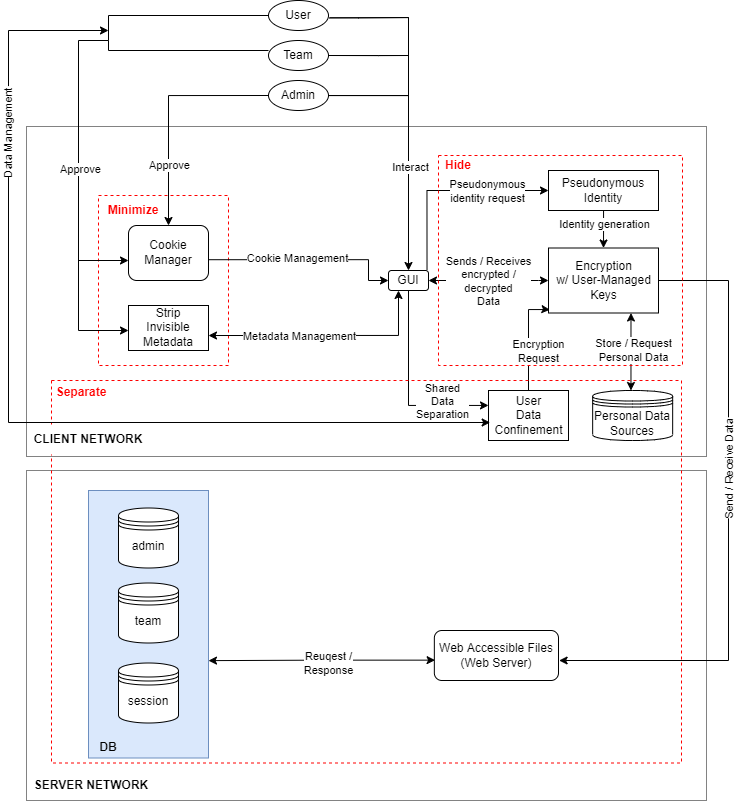
Earlier version of the draw.io export Architectural_Requirements_Data_oriented.drawio.png (claudialorusso/CivicSense). Source tidied: cells renumbered, new cells last; positions are measured from the earlier drawing's top-left corner, leaving out a move shared by most shapes.
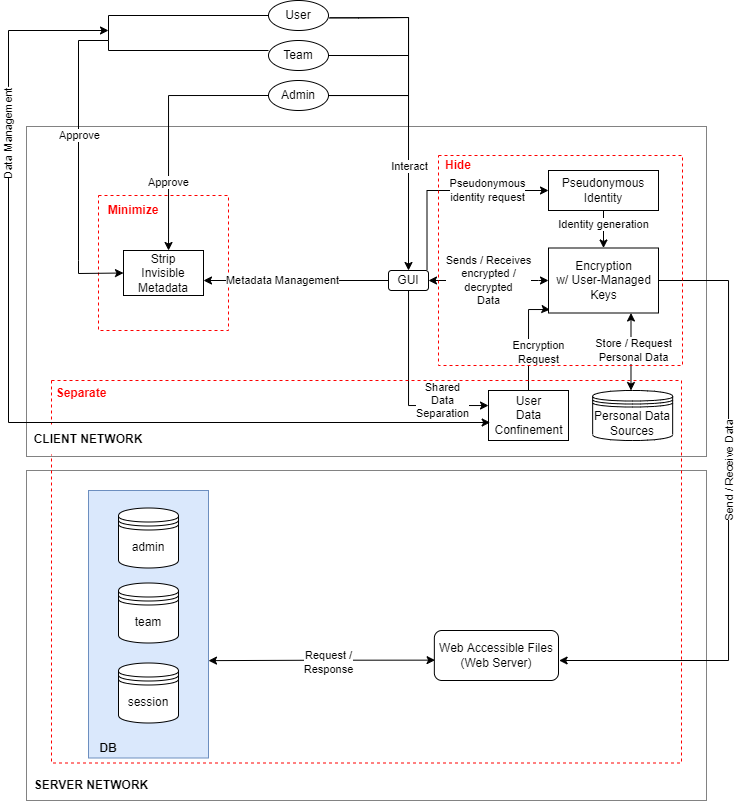
Above is the later version.

Diff of the diagram source:
```diff
@@ -168,22 +168,8 @@
       <mxGeometry x="18" y="126" width="680" height="330" as="geometry" />
     </mxCell>
     <mxCell id="39" style="rounded=0;whiteSpace=wrap;html=1;fillColor=none;dashed=1;strokeColor=#FF0000;" parent="1" vertex="1">
-      <mxGeometry x="90" y="195" width="130" height="170" as="geometry" />
+      <mxGeometry x="90" y="195" width="130" height="135" as="geometry" />
     </mxCell>
-    <mxCell id="40" style="edgeStyle=orthogonalEdgeStyle;rounded=0;jettySize=auto;html=1;endArrow=classic;endFill=1;startArrow=classic;startFill=1;entryX=1.008;entryY=0.622;entryDx=0;entryDy=0;entryPerimeter=0;exitX=0;exitY=0.5;exitDx=0;exitDy=0;" parent="1" edge="1" source="48">
-      <mxGeometry relative="1" as="geometry">
-        <mxPoint x="180.6" y="259.2" as="targetPoint" />
-        <Array as="points">
-          <mxPoint x="360" y="280" />
-          <mxPoint x="360" y="259" />
-        </Array>
-      </mxGeometry>
-    </mxCell>
-    <mxCell id="41" value="Cookie Management" style="edgeLabel;html=1;align=center;verticalAlign=middle;" parent="40" vertex="1">
-      <mxGeometry x="-0.35" relative="1" as="geometry">
-        <mxPoint x="-41" y="-2" as="offset" />
-      </mxGeometry>
-    </mxCell>
     <mxCell id="42" style="edgeStyle=orthogonalEdgeStyle;rounded=0;jettySize=auto;html=1;fontColor=#000000;endArrow=classic;endFill=1;startSize=6;endSize=6;startArrow=classic;startFill=1;exitX=1;exitY=0.5;exitDx=0;exitDy=0;entryX=0;entryY=0.5;entryDx=0;entryDy=0;" parent="1" edge="1" source="48" target="54">
       <mxGeometry relative="1" as="geometry">
         <Array as="points">
@@ -200,7 +186,8 @@
     <mxCell id="44" style="edgeStyle=orthogonalEdgeStyle;rounded=0;jettySize=auto;html=1;fontColor=#000000;startArrow=classic;startFill=1;endArrow=classic;endFill=1;startSize=6;endSize=6;entryX=1;entryY=0.667;entryDx=0;entryDy=0;entryPerimeter=0;exitX=0.25;exitY=1;exitDx=0;exitDy=0;" parent="1" edge="1" source="48" target="49">
       <mxGeometry relative="1" as="geometry">
         <Array as="points">
-          <mxPoint x="390" y="335" />
+          <mxPoint x="390" y="280" />
+          <mxPoint x="195" y="280" />
         </Array>
       </mxGeometry>
     </mxCell>
@@ -225,7 +212,7 @@
       <mxGeometry x="380" y="270" width="40" height="20" as="geometry" />
     </mxCell>
     <mxCell id="49" value="&lt;span style=&quot;&quot;&gt;Strip&lt;br&gt;Invisible&lt;br&gt;Metadata&lt;/span&gt;" style="rounded=0;whiteSpace=wrap;html=1;" parent="1" vertex="1">
-      <mxGeometry x="120" y="305" width="80" height="45" as="geometry" />
+      <mxGeometry x="115" y="250" width="80" height="45" as="geometry" />
     </mxCell>
     <mxCell id="50" style="edgeStyle=orthogonalEdgeStyle;rounded=0;jettySize=auto;html=1;endArrow=classic;endFill=1;exitX=0.75;exitY=1;exitDx=0;exitDy=0;startArrow=classic;startFill=1;" parent="1" edge="1" source="54" target="79">
       <mxGeometry relative="1" as="geometry">
@@ -267,9 +254,6 @@
     <mxCell id="56" value="User&lt;br&gt;Data&lt;br&gt;Confinement" style="html=1;" parent="1" vertex="1">
       <mxGeometry x="480" y="390" width="80" height="50" as="geometry" />
     </mxCell>
-    <mxCell id="57" value="Cookie Manager" style="rounded=1;whiteSpace=wrap;html=1;" parent="1" vertex="1">
-      <mxGeometry x="120" y="225" width="80" height="55" as="geometry" />
-    </mxCell>
     <mxCell id="58" style="edgeStyle=orthogonalEdgeStyle;rounded=0;jettySize=auto;html=1;fontColor=#FF0000;endArrow=none;endFill=0;" parent="1" edge="1" source="59">
       <mxGeometry relative="1" as="geometry">
         <mxPoint x="400" y="95" as="targetPoint" />
@@ -307,12 +291,6 @@
     <mxCell id="64" value="Team" style="ellipse;whiteSpace=wrap;html=1;" parent="1" vertex="1">
       <mxGeometry x="260" y="40" width="60" height="30" as="geometry" />
     </mxCell>
-    <mxCell id="65" style="endArrow=classic;html=1;rounded=0;" parent="1" edge="1">
-      <mxGeometry relative="1" as="geometry">
-        <mxPoint x="70" y="330" as="sourcePoint" />
-        <mxPoint x="120" y="330" as="targetPoint" />
-      </mxGeometry>
-    </mxCell>
     <mxCell id="66" style="edgeStyle=orthogonalEdgeStyle;rounded=0;jettySize=auto;html=1;fontColor=#000000;startArrow=classic;startFill=1;endArrow=none;endFill=0;startSize=6;endSize=6;entryX=0.963;entryY=-0.036;entryDx=0;entryDy=0;entryPerimeter=0;" parent="1" edge="1" source="70" target="48">
       <mxGeometry relative="1" as="geometry" />
     </mxCell>
@@ -347,7 +325,7 @@
     <mxCell id="75" style="edgeStyle=orthogonalEdgeStyle;rounded=0;jettySize=auto;html=1;fontColor=#000000;startArrow=classic;startFill=1;endArrow=classic;endFill=1;startSize=6;endSize=6;exitX=0.006;exitY=0.593;exitDx=0;exitDy=0;entryX=1;entryY=0.636;entryDx=0;entryDy=0;entryPerimeter=0;exitPerimeter=0;" parent="1" edge="1" source="77" target="37">
       <mxGeometry relative="1" as="geometry" />
     </mxCell>
-    <mxCell id="76" value="Reuqest /&lt;br&gt;Response" style="edgeLabel;html=1;align=center;verticalAlign=middle;fontColor=#000000;" parent="75" vertex="1">
+    <mxCell id="76" value="Request /&lt;br&gt;Response" style="edgeLabel;html=1;align=center;verticalAlign=middle;fontColor=#000000;" parent="75" vertex="1">
       <mxGeometry x="0.22" relative="1" as="geometry">
         <mxPoint x="31" y="2" as="offset" />
       </mxGeometry>
@@ -361,7 +339,7 @@
     <mxCell id="79" value="Personal Data Sources" style="shape=datastore;whiteSpace=wrap;html=1;" parent="1" vertex="1">
       <mxGeometry x="584.2" y="390" width="80" height="50" as="geometry" />
     </mxCell>
-    <mxCell id="80" style="edgeStyle=orthogonalEdgeStyle;rounded=0;jettySize=auto;html=1;exitX=0;exitY=0.5;exitDx=0;exitDy=0;entryX=0.5;entryY=0;entryDx=0;entryDy=0;" parent="1" edge="1" source="59" target="57">
+    <mxCell id="80" style="edgeStyle=orthogonalEdgeStyle;rounded=0;jettySize=auto;html=1;exitX=0;exitY=0.5;exitDx=0;exitDy=0;" parent="1" edge="1" source="59" target="49">
       <mxGeometry relative="1" as="geometry">
         <Array as="points">
           <mxPoint x="160" y="95" />
@@ -379,10 +357,12 @@
     <mxCell id="83" value="&lt;b&gt;&lt;font color=&quot;#ff0000&quot;&gt;Separate&lt;/font&gt;&lt;/b&gt;" style="text;html=1;strokeColor=none;fillColor=none;align=center;verticalAlign=middle;whiteSpace=wrap;rounded=0;dashed=1;" parent="1" vertex="1">
       <mxGeometry x="43" y="380" width="60" height="25" as="geometry" />
     </mxCell>
-    <mxCell id="84" style="endArrow=classic;html=1;rounded=0;" parent="1" edge="1">
+    <mxCell id="84" style="endArrow=classic;html=1;rounded=0;entryX=0;entryY=0.5;entryDx=0;entryDy=0;" parent="1" edge="1" target="49">
       <mxGeometry relative="1" as="geometry">
         <mxPoint x="70" y="260" as="sourcePoint" />
-        <mxPoint x="120" y="260" as="targetPoint" />
+        <Array as="points">
+          <mxPoint x="70" y="273" />
+        </Array>
       </mxGeometry>
     </mxCell>
     <mxCell id="85" style="endArrow=none;html=1;rounded=0;" parent="1" edge="1">
@@ -420,7 +400,7 @@
     </mxCell>
     <mxCell id="91" style="endArrow=none;html=1;rounded=0;" parent="1" edge="1">
       <mxGeometry relative="1" as="geometry">
-        <mxPoint x="70" y="330" as="sourcePoint" />
+        <mxPoint x="70" y="260" as="sourcePoint" />
         <mxPoint x="100" y="40" as="targetPoint" />
         <Array as="points">
           <mxPoint x="70" y="40" />
```
